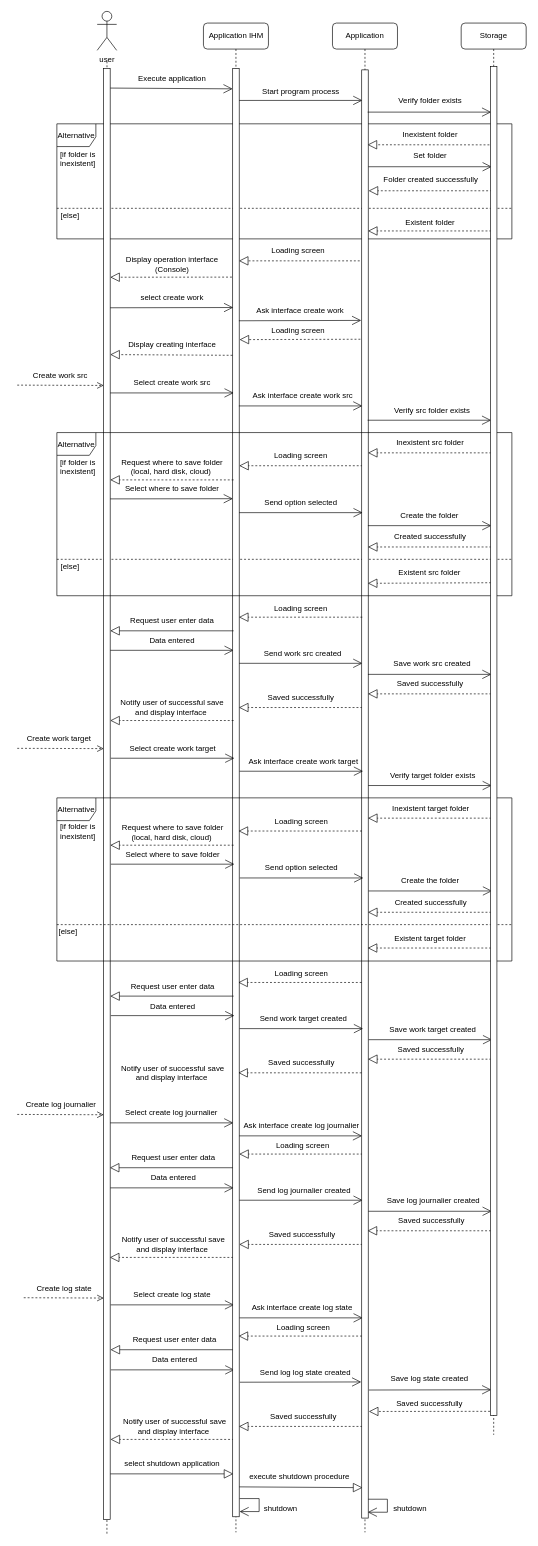
Above: page "Page-1" (1 of 2) of Untitled Diagram.drawio in Weicheng178/Test (draw.io), before the change. Source tidied: cells renumbered, new cells numbered last; positions are measured from the earlier drawing's top-left corner, leaving out a move shared by most shapes. Both pictures are drawn from the tidied source at 65%, with x=0, y=0 at pixel (17, 11).
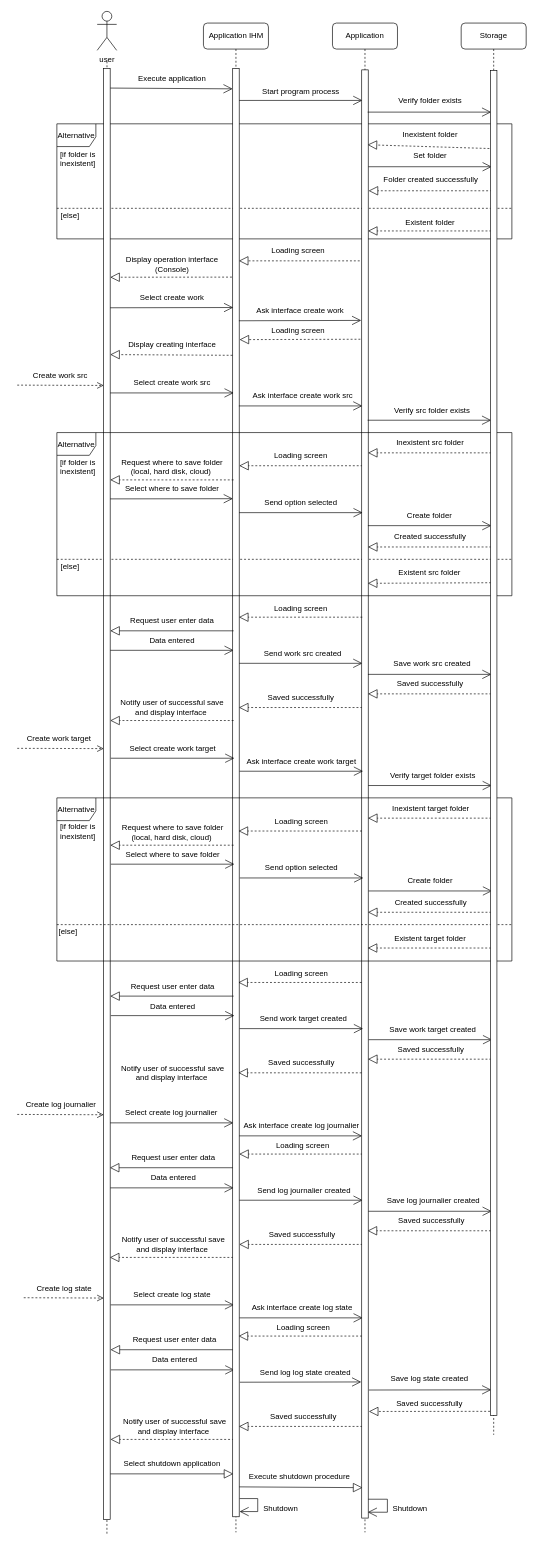
The same page after the edit.

Diff of the diagram source:
```diff
@@
-    <mxCell id="28" value="execute shutdown procedure" style="text;html=1;align=center;verticalAlign=middle;strokeColor=none;fillColor=none;rounded=1;" parent="1" vertex="1">
+    <mxCell id="28" value="Execute shutdown procedure" style="text;html=1;align=center;verticalAlign=middle;strokeColor=none;fillColor=none;rounded=1;" parent="1" vertex="1">
       <mxGeometry x="344.2" y="2240" width="180" height="30" as="geometry" />
     </mxCell>
-    <mxCell id="29" value="shutdown" style="text;html=1;align=center;verticalAlign=middle;strokeColor=none;fillColor=none;rounded=1;" parent="1" vertex="1">
-      <mxGeometry x="370.4" y="2289" width="70" height="30" as="geometry" />
+    <mxCell id="29" value="Shutdown" style="text;html=1;align=center;verticalAlign=middle;strokeColor=none;fillColor=none;rounded=1;" parent="1" vertex="1">
+      <mxGeometry x="365.4" y="2289" width="80" height="30" as="geometry" />
     </mxCell>
@@
-    <mxCell id="31" value="shutdown" style="text;html=1;align=center;verticalAlign=middle;strokeColor=none;fillColor=none;rounded=1;" parent="1" vertex="1">
-      <mxGeometry x="569.1" y="2289" width="70" height="30" as="geometry" />
+    <mxCell id="31" value="Shutdown" style="text;html=1;align=center;verticalAlign=middle;strokeColor=none;fillColor=none;rounded=1;" parent="1" vertex="1">
+      <mxGeometry x="564.1" y="2289" width="80" height="30" as="geometry" />
     </mxCell>
@@
-    <mxCell id="35" value="select shutdown application" style="text;html=1;align=center;verticalAlign=middle;strokeColor=none;fillColor=none;rounded=1;" parent="1" vertex="1">
+    <mxCell id="35" value="Select shutdown application" style="text;html=1;align=center;verticalAlign=middle;strokeColor=none;fillColor=none;rounded=1;" parent="1" vertex="1">
       <mxGeometry x="153" y="2220" width="170" height="30" as="geometry" />
     </mxCell>
@@
-    <mxCell id="86" value="select create work" style="text;html=1;align=center;verticalAlign=middle;strokeColor=none;fillColor=none;rounded=1;" parent="1" vertex="1">
+    <mxCell id="86" value="Select create work" style="text;html=1;align=center;verticalAlign=middle;strokeColor=none;fillColor=none;rounded=1;" parent="1" vertex="1">
       <mxGeometry x="178" y="426" width="120" height="30" as="geometry" />
     </mxCell>
@@
     <mxCell id="92" style="endArrow=open;endFill=1;endSize=12;html=1;rounded=0;" parent="1" edge="1">
       <mxGeometry relative="1" as="geometry">
         <mxPoint x="342.2" y="2288" as="sourcePoint" />
         <mxPoint x="342" y="2308" as="targetPoint" />
         <Array as="points">
-          <mxPoint x="372.2" y="2288" />
-          <mxPoint x="372.2" y="2308" />
+          <mxPoint x="370" y="2288" />
+          <mxPoint x="370" y="2308" />
         </Array>
       </mxGeometry>
     </mxCell>
@@
-    <mxCell id="122" value="Create the folder" style="text;html=1;align=center;verticalAlign=middle;strokeColor=none;fillColor=none;rounded=1;" parent="1" vertex="1">
-      <mxGeometry x="579.1" y="761" width="110" height="30" as="geometry" />
+    <mxCell id="122" value="Create folder" style="text;html=1;align=center;verticalAlign=middle;strokeColor=none;fillColor=none;rounded=1;" parent="1" vertex="1">
+      <mxGeometry x="589.1" y="761" width="90" height="30" as="geometry" />
     </mxCell>
@@
     <mxCell id="132" value="Ask interface create work target" style="text;html=1;align=center;verticalAlign=middle;strokeColor=none;fillColor=none;rounded=1;" parent="1" vertex="1">
-      <mxGeometry x="345" y="1139" width="190" height="30" as="geometry" />
+      <mxGeometry x="342" y="1139" width="190" height="30" as="geometry" />
     </mxCell>
@@
-    <mxCell id="150" value="Create the folder" style="text;html=1;align=center;verticalAlign=middle;strokeColor=none;fillColor=none;rounded=1;" parent="1" vertex="1">
-      <mxGeometry x="580.1" y="1323" width="110" height="30" as="geometry" />
+    <mxCell id="150" value="Create folder" style="text;html=1;align=center;verticalAlign=middle;strokeColor=none;fillColor=none;rounded=1;" parent="1" vertex="1">
+      <mxGeometry x="590.1" y="1323" width="90" height="30" as="geometry" />
     </mxCell>
@@
     <mxCell id="171" style="html=1;points=[];perimeter=orthogonalPerimeter;rounded=0;glass=0;labelBackgroundColor=none;fillStyle=auto;" parent="1" vertex="1">
-      <mxGeometry x="728" y="85" width="10" height="2075" as="geometry" />
+      <mxGeometry x="728" y="91" width="10" height="2069" as="geometry" />
     </mxCell>
```
